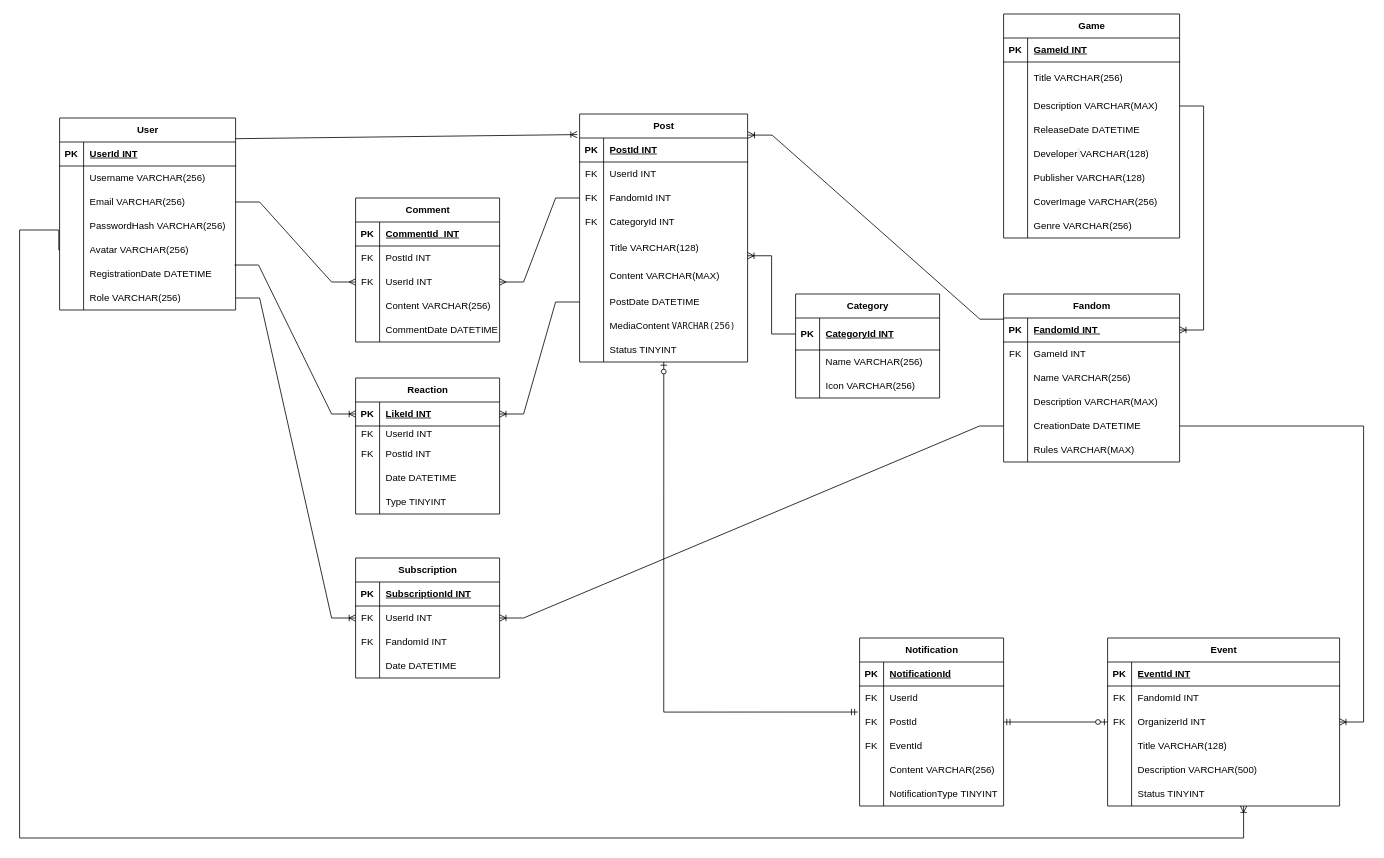
Above: FanHubDiagram.drawio in Kaskinji/FanHub (draw.io), before the change. Source tidied: cells renumbered, new cells numbered last; positions are measured from the earlier drawing's top-left corner, leaving out a move shared by most shapes. Both pictures are drawn from the tidied source at 80%, with x=0, y=0 at pixel (19, 14).
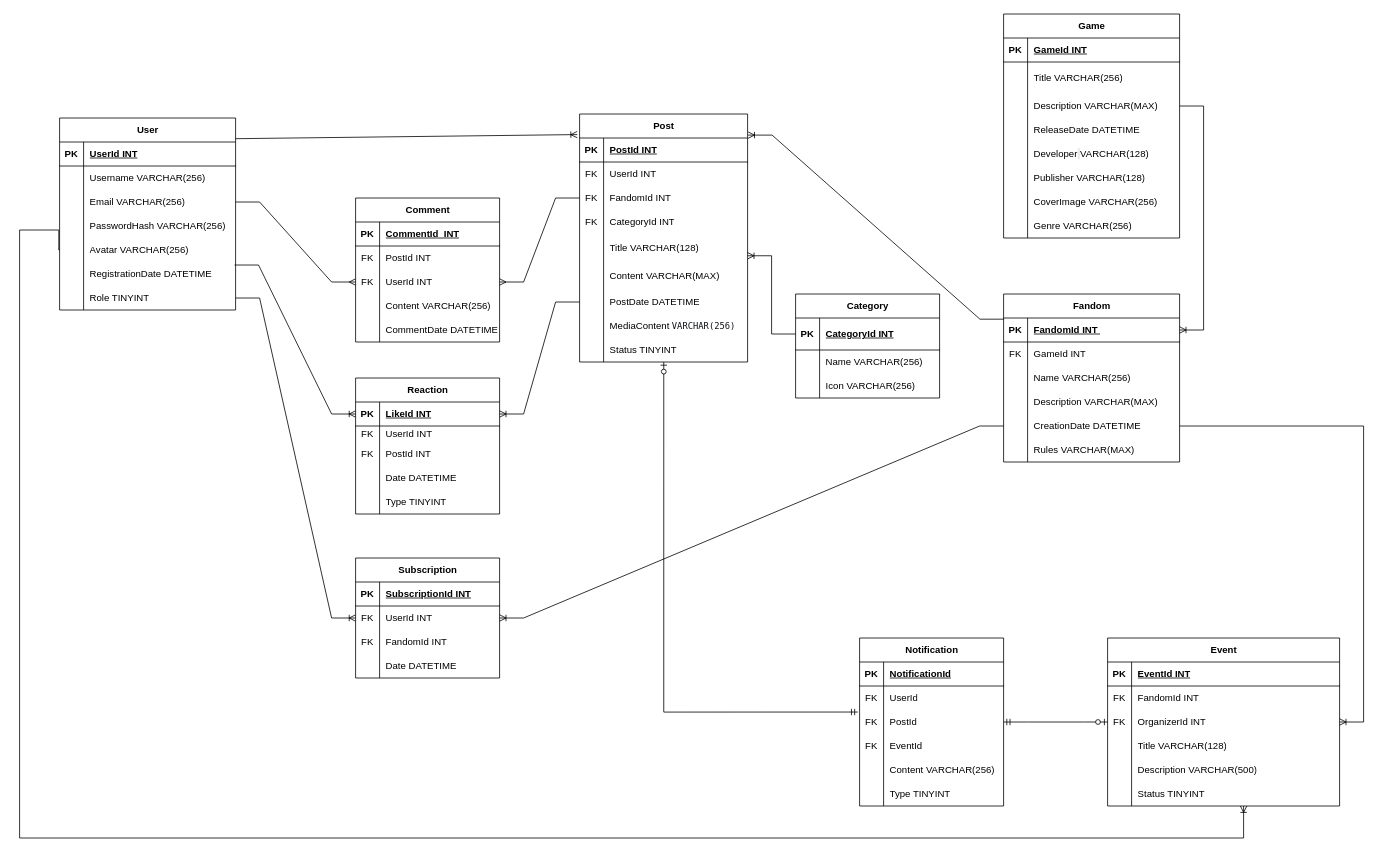
After the change.

Unchanged cells that the change refers to:
```xml
<mxCell id="21" style="shape=tableRow;horizontal=0;startSize=0;swimlaneHead=0;swimlaneBody=0;fillColor=none;points=[[0,0.5],[1,0.5]];portConstraint=eastwest;top=0;left=0;right=0;bottom=0;" parent="2" vertex="1">
  <mxGeometry y="210" width="220" height="30" as="geometry" />
</mxCell>
<mxCell id="198" style="shape=tableRow;horizontal=0;startSize=0;swimlaneHead=0;swimlaneBody=0;fillColor=none;top=0;left=0;right=0;bottom=0;" parent="182" vertex="1">
  <mxGeometry y="180" width="180" height="30" as="geometry" />
</mxCell>
```

Diff of the diagram source:
```diff
@@
-    <mxCell id="23" value="&lt;span style=&quot;text-align: center;&quot;&gt;Role&amp;nbsp;&lt;/span&gt;&lt;span style=&quot;text-align: center;&quot;&gt;VARCHAR(256)&lt;/span&gt;" style="shape=partialRectangle;fillColor=none;top=0;left=0;bottom=0;right=0;align=left;spacingLeft=6;overflow=hidden;whiteSpace=wrap;html=1;" parent="21" vertex="1">
+    <mxCell id="23" value="&lt;span style=&quot;text-align: center;&quot;&gt;Role TINYINT&lt;/span&gt;" style="shape=partialRectangle;fillColor=none;top=0;left=0;bottom=0;right=0;align=left;spacingLeft=6;overflow=hidden;whiteSpace=wrap;html=1;" parent="21" vertex="1">
       <mxGeometry x="30" width="190" height="30" as="geometry" />
     </mxCell>
@@
-    <mxCell id="200" value="NotificationType TINYINT" style="shape=partialRectangle;fillColor=none;top=0;left=0;bottom=0;right=0;align=left;spacingLeft=6;overflow=hidden;whiteSpace=wrap;html=1;" parent="198" vertex="1">
+    <mxCell id="200" value="Type TINYINT" style="shape=partialRectangle;fillColor=none;top=0;left=0;bottom=0;right=0;align=left;spacingLeft=6;overflow=hidden;whiteSpace=wrap;html=1;" parent="198" vertex="1">
       <mxGeometry x="30" width="150" height="30" as="geometry" />
     </mxCell>
```
